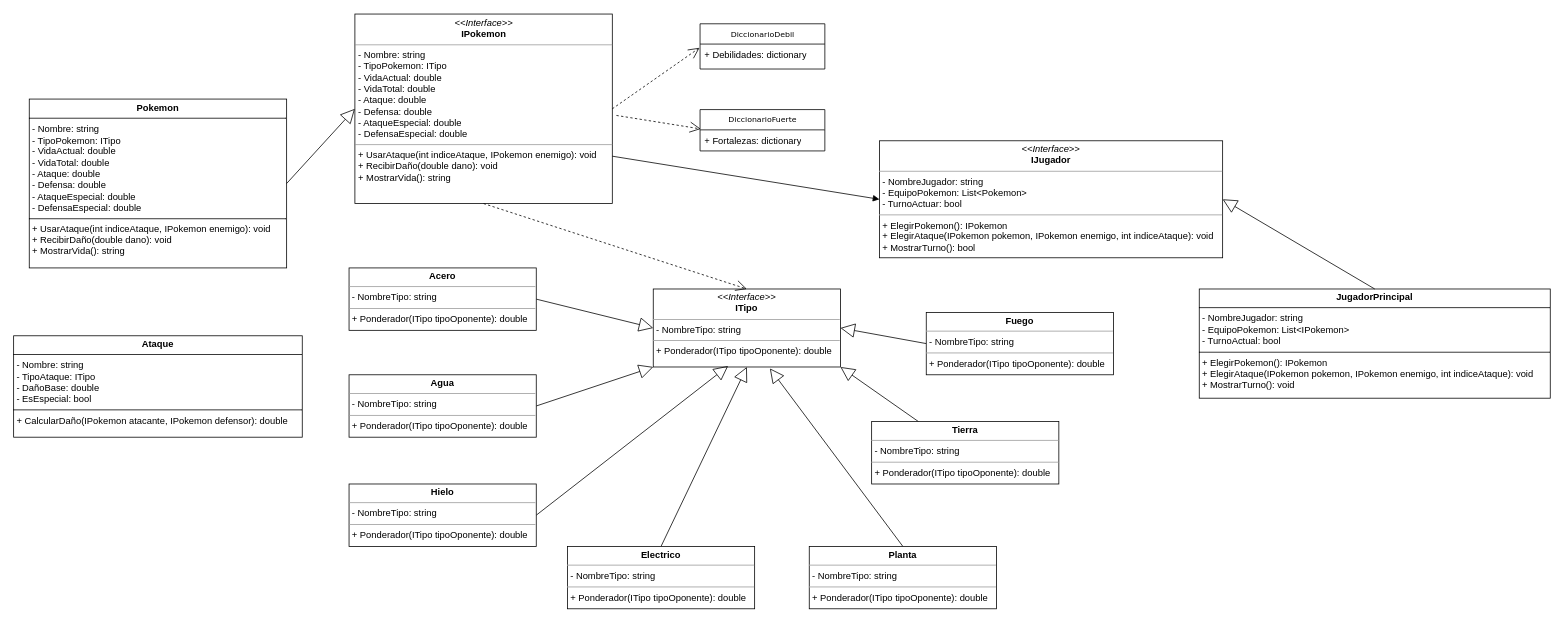
Above: docs/Diagrama Primera Entrega.drawio in ucudal/pii_2024_2_equipo16 (draw.io), before the change. Source tidied: cells renumbered, new cells numbered last; positions are measured from the earlier drawing's top-left corner, leaving out a move shared by most shapes. Both pictures are drawn from the tidied source at 78%, with x=0, y=0 at pixel (13, 14).
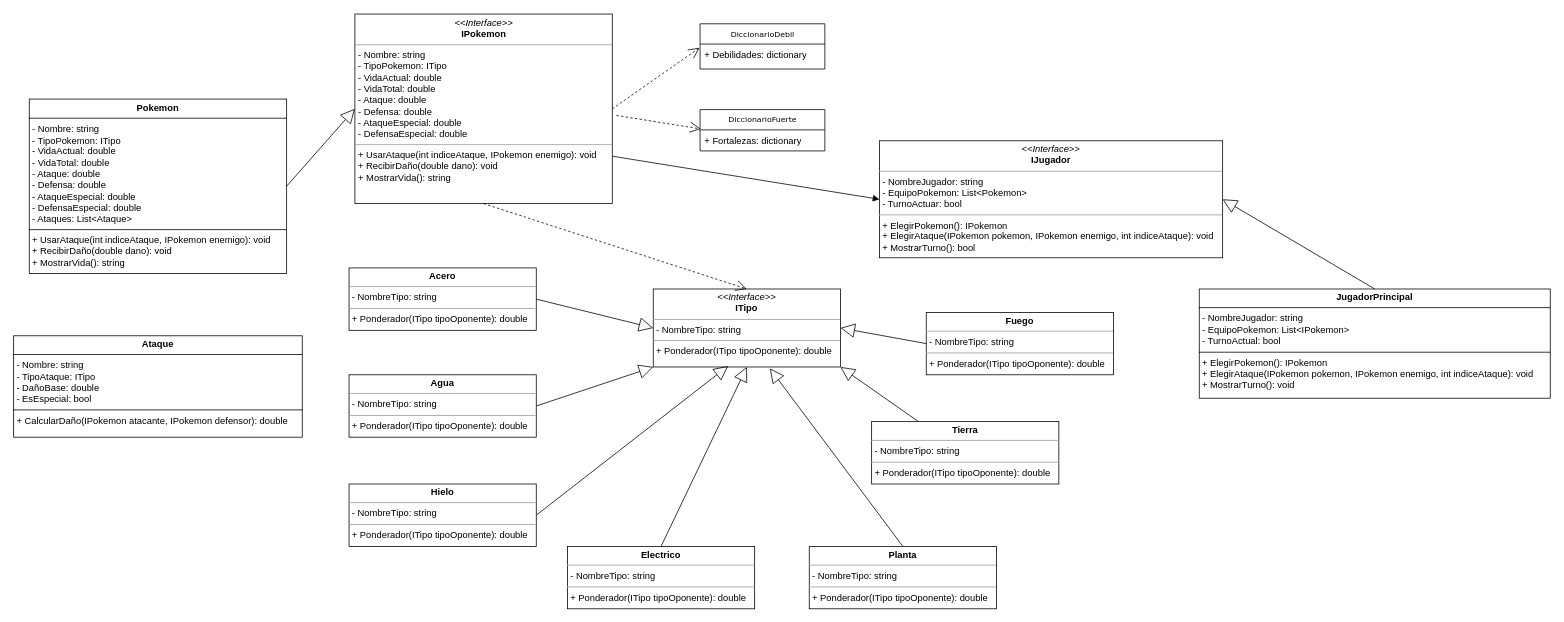
Above is the later version.

Change to the diagram source:
```diff
@@
-    <mxCell id="22" value="&lt;p style=&quot;margin:0px;margin-top:4px;text-align:center;&quot;&gt;&lt;b&gt;Pokemon&lt;/b&gt;&lt;/p&gt;&lt;hr size=&quot;1&quot; style=&quot;border-style:solid;&quot;&gt;&lt;p style=&quot;text-wrap: nowrap; margin: 0px 0px 0px 4px;&quot;&gt;- Nombre: string&lt;br&gt;- TipoPokemon: ITipo&lt;/p&gt;&lt;p style=&quot;text-wrap: nowrap; margin: 0px 0px 0px 4px;&quot;&gt;- VidaActual: double&lt;/p&gt;&lt;p style=&quot;text-wrap: nowrap; margin: 0px 0px 0px 4px;&quot;&gt;- VidaTotal: double&lt;/p&gt;&lt;p style=&quot;text-wrap: nowrap; margin: 0px 0px 0px 4px;&quot;&gt;- Ataque: double&lt;/p&gt;&lt;p style=&quot;text-wrap: nowrap; margin: 0px 0px 0px 4px;&quot;&gt;- Defensa: double&lt;/p&gt;&lt;p style=&quot;text-wrap: nowrap; margin: 0px 0px 0px 4px;&quot;&gt;- AtaqueEspecial: double&lt;/p&gt;&lt;p style=&quot;text-wrap: nowrap; margin: 0px 0px 0px 4px;&quot;&gt;- DefensaEspecial: double&lt;/p&gt;&lt;hr size=&quot;1&quot; style=&quot;border-style:solid;&quot;&gt;&lt;p style=&quot;text-wrap: nowrap; margin: 0px 0px 0px 4px;&quot;&gt;+ UsarAtaque(int indiceAtaque, IPokemon enemigo): void&lt;/p&gt;&lt;p style=&quot;text-wrap: nowrap; margin: 0px 0px 0px 4px;&quot;&gt;&lt;span style=&quot;background-color: initial;&quot;&gt;+ RecibirDaño(double dano): void&lt;/span&gt;&lt;br&gt;&lt;/p&gt;&lt;p style=&quot;text-wrap: nowrap; margin: 0px 0px 0px 4px;&quot;&gt;+ MostrarVida(): string&lt;/p&gt;" style="verticalAlign=top;align=left;overflow=fill;html=1;whiteSpace=wrap;" parent="1" vertex="1">
-      <mxGeometry x="20" y="108.5" width="330" height="216.5" as="geometry" />
+    <mxCell id="22" value="&lt;p style=&quot;margin:0px;margin-top:4px;text-align:center;&quot;&gt;&lt;b&gt;Pokemon&lt;/b&gt;&lt;/p&gt;&lt;hr size=&quot;1&quot; style=&quot;border-style:solid;&quot;&gt;&lt;p style=&quot;text-wrap: nowrap; margin: 0px 0px 0px 4px;&quot;&gt;- Nombre: string&lt;br&gt;- TipoPokemon: ITipo&lt;/p&gt;&lt;p style=&quot;text-wrap: nowrap; margin: 0px 0px 0px 4px;&quot;&gt;- VidaActual: double&lt;/p&gt;&lt;p style=&quot;text-wrap: nowrap; margin: 0px 0px 0px 4px;&quot;&gt;- VidaTotal: double&lt;/p&gt;&lt;p style=&quot;text-wrap: nowrap; margin: 0px 0px 0px 4px;&quot;&gt;- Ataque: double&lt;/p&gt;&lt;p style=&quot;text-wrap: nowrap; margin: 0px 0px 0px 4px;&quot;&gt;- Defensa: double&lt;/p&gt;&lt;p style=&quot;text-wrap: nowrap; margin: 0px 0px 0px 4px;&quot;&gt;- AtaqueEspecial: double&lt;/p&gt;&lt;p style=&quot;text-wrap: nowrap; margin: 0px 0px 0px 4px;&quot;&gt;- DefensaEspecial: double&lt;/p&gt;&lt;p style=&quot;text-wrap: nowrap; margin: 0px 0px 0px 4px;&quot;&gt;- Ataques: List&amp;lt;Ataque&amp;gt;&lt;/p&gt;&lt;hr size=&quot;1&quot; style=&quot;border-style:solid;&quot;&gt;&lt;p style=&quot;text-wrap: nowrap; margin: 0px 0px 0px 4px;&quot;&gt;+ UsarAtaque(int indiceAtaque, IPokemon enemigo): void&lt;/p&gt;&lt;p style=&quot;text-wrap: nowrap; margin: 0px 0px 0px 4px;&quot;&gt;&lt;span style=&quot;background-color: initial;&quot;&gt;+ RecibirDaño(double dano): void&lt;/span&gt;&lt;br&gt;&lt;/p&gt;&lt;p style=&quot;text-wrap: nowrap; margin: 0px 0px 0px 4px;&quot;&gt;+ MostrarVida(): string&lt;/p&gt;" style="verticalAlign=top;align=left;overflow=fill;html=1;whiteSpace=wrap;" parent="1" vertex="1">
+      <mxGeometry x="20" y="108.5" width="330" height="223.5" as="geometry" />
     </mxCell>
```
